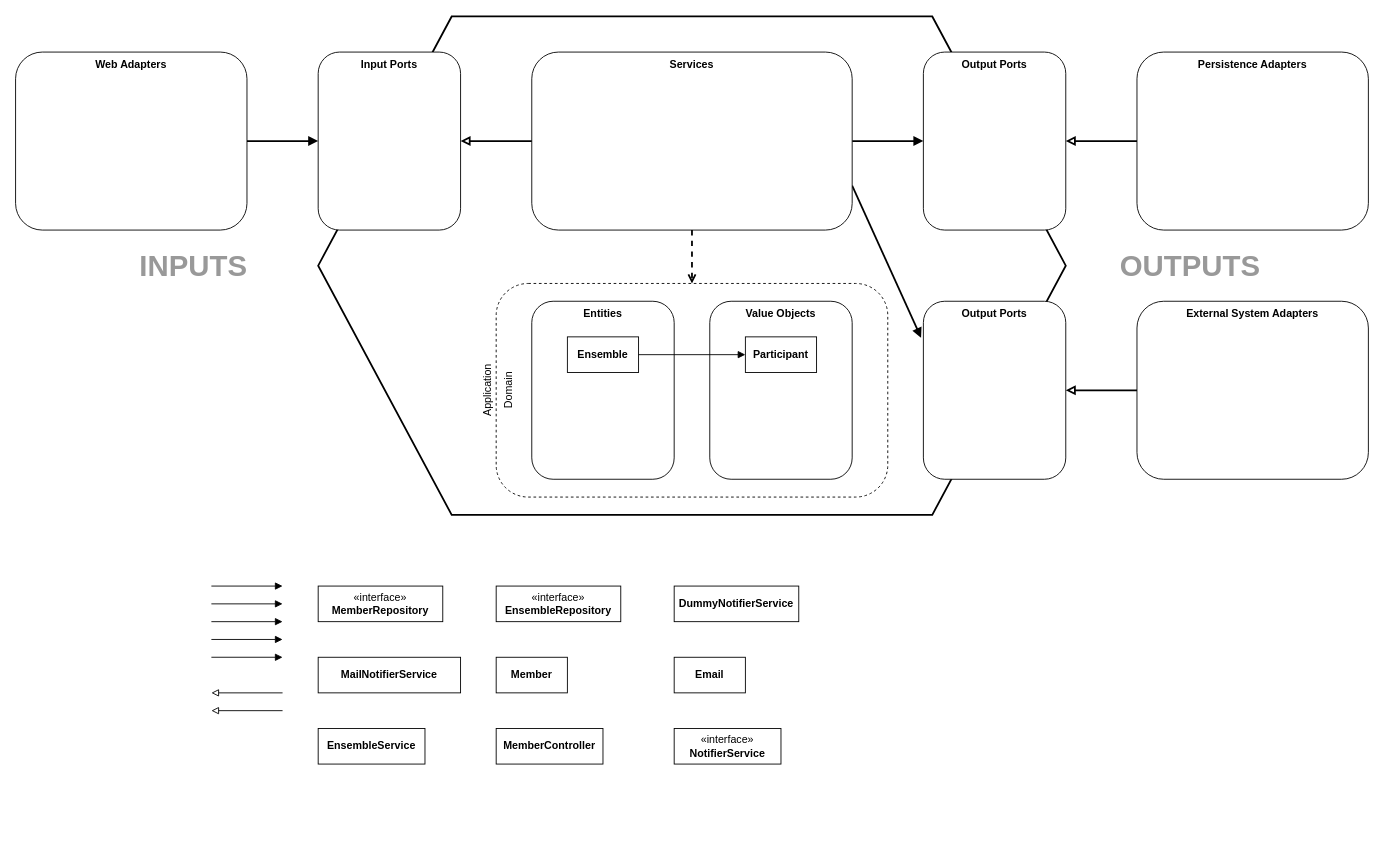
The draw.io diagram oefeningen/les-3/voorbereiding/onderdeel-3/jouw_uitwerking.drawio in AIM-ENE/doex-opdracht-4, before the edit. Source tidied: cells renumbered, new cells numbered last; positions are measured from the earlier drawing's top-left corner, leaving out a move shared by most shapes. Both pictures are drawn from the tidied source at 89%, with x=0, y=0 at pixel (15, 16).
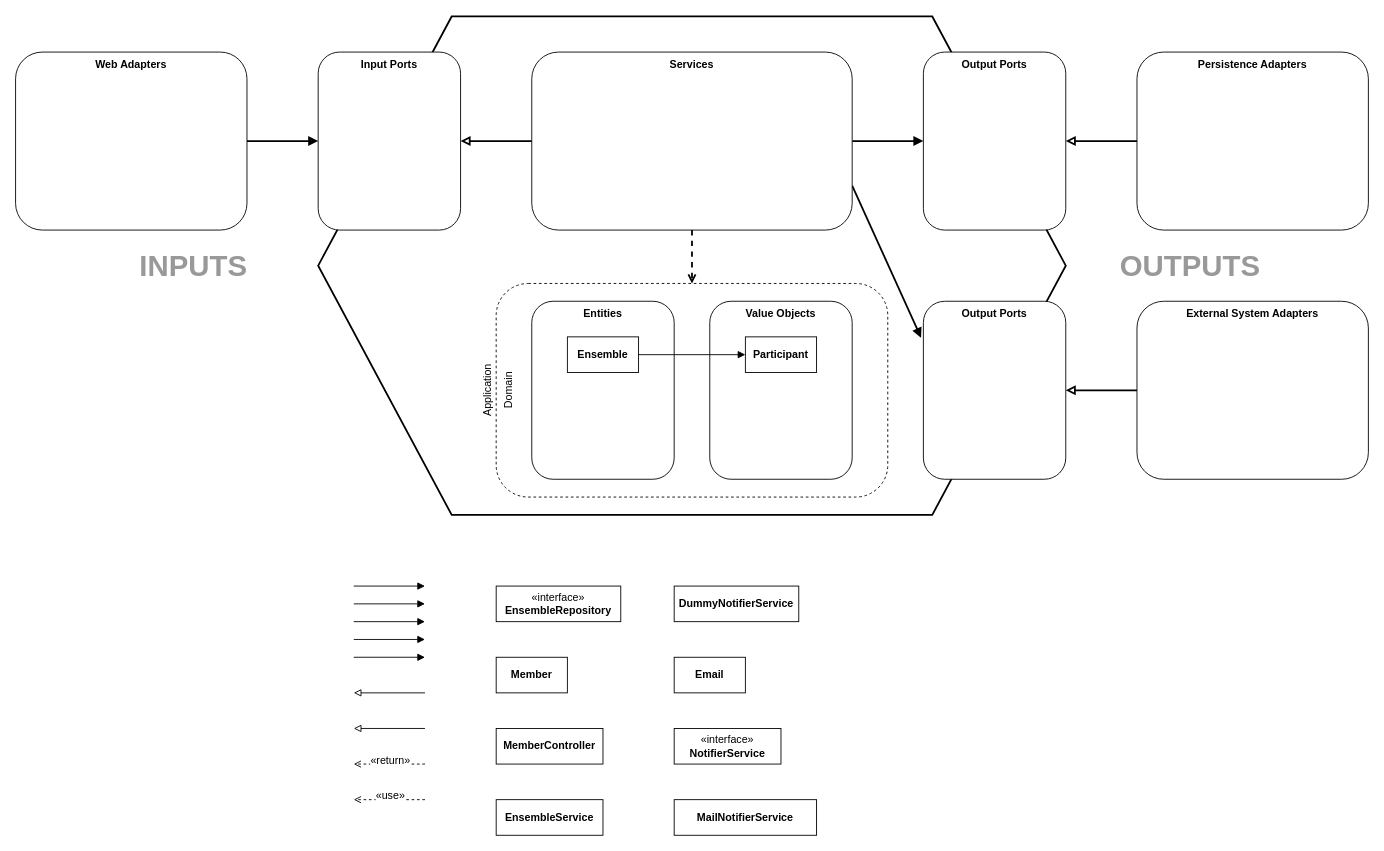
Above is the later version.

Commit message:
Voeg toe dependency pijltjes

The edit, as a diff of the source:
```diff
@@
     <mxCell id="33" value="&lt;div&gt;&lt;b style=&quot;background-color: initial;&quot;&gt;MailNotifierService&lt;/b&gt;&lt;br&gt;&lt;/div&gt;" style="html=1;whiteSpace=wrap;" parent="26" vertex="1">
-      <mxGeometry x="340" y="720" width="160" height="40" as="geometry" />
+      <mxGeometry x="740" y="880" width="160" height="40" as="geometry" />
     </mxCell>
     <mxCell id="34" value="&lt;b&gt;EnsembleService&lt;/b&gt;" style="html=1;whiteSpace=wrap;" parent="26" vertex="1">
-      <mxGeometry x="340" y="800" width="120" height="40" as="geometry" />
+      <mxGeometry x="540" y="880" width="120" height="40" as="geometry" />
     </mxCell>
@@
-    <mxCell id="37" value="«interface»&lt;br&gt;&lt;b&gt;MemberRepository&lt;/b&gt;" style="html=1;whiteSpace=wrap;" parent="26" vertex="1">
-      <mxGeometry x="340" y="640" width="140" height="40" as="geometry" />
-    </mxCell>
     <mxCell id="38" style="endArrow=block;html=1;rounded=0;strokeWidth=1;endFill=1;entryX=0;entryY=0.5;entryDx=0;entryDy=0;exitX=1;exitY=0.5;exitDx=0;exitDy=0;" parent="26" edge="1">
       <mxGeometry relative="1" as="geometry">
-        <mxPoint x="220" y="640" as="sourcePoint" />
-        <mxPoint x="300" y="640" as="targetPoint" />
+        <mxPoint x="380" y="640" as="sourcePoint" />
+        <mxPoint x="460" y="640" as="targetPoint" />
       </mxGeometry>
     </mxCell>
     <mxCell id="39" style="endArrow=block;html=1;rounded=0;strokeWidth=1;endFill=0;exitX=0;exitY=0.5;exitDx=0;exitDy=0;entryX=1;entryY=0.5;entryDx=0;entryDy=0;" parent="26" edge="1">
       <mxGeometry relative="1" as="geometry">
-        <mxPoint x="300" y="760" as="sourcePoint" />
-        <mxPoint x="220" y="760" as="targetPoint" />
+        <mxPoint x="460" y="760" as="sourcePoint" />
+        <mxPoint x="380" y="760" as="targetPoint" />
       </mxGeometry>
     </mxCell>
@@
     <mxCell id="41" style="endArrow=block;html=1;rounded=0;strokeWidth=1;endFill=1;entryX=0;entryY=0.5;entryDx=0;entryDy=0;exitX=1;exitY=0.5;exitDx=0;exitDy=0;" parent="26" edge="1">
       <mxGeometry relative="1" as="geometry">
-        <mxPoint x="220" y="660" as="sourcePoint" />
-        <mxPoint x="300" y="660" as="targetPoint" />
+        <mxPoint x="380" y="660" as="sourcePoint" />
+        <mxPoint x="460" y="660" as="targetPoint" />
       </mxGeometry>
     </mxCell>
     <mxCell id="42" style="endArrow=block;html=1;rounded=0;strokeWidth=1;endFill=1;entryX=0;entryY=0.5;entryDx=0;entryDy=0;exitX=1;exitY=0.5;exitDx=0;exitDy=0;" parent="26" edge="1">
       <mxGeometry relative="1" as="geometry">
-        <mxPoint x="220" y="680" as="sourcePoint" />
-        <mxPoint x="300" y="680" as="targetPoint" />
+        <mxPoint x="380" y="680" as="sourcePoint" />
+        <mxPoint x="460" y="680" as="targetPoint" />
       </mxGeometry>
     </mxCell>
     <mxCell id="43" style="endArrow=block;html=1;rounded=0;strokeWidth=1;endFill=1;entryX=0;entryY=0.5;entryDx=0;entryDy=0;exitX=1;exitY=0.5;exitDx=0;exitDy=0;" parent="26" edge="1">
       <mxGeometry relative="1" as="geometry">
-        <mxPoint x="220" y="700" as="sourcePoint" />
-        <mxPoint x="300" y="700" as="targetPoint" />
+        <mxPoint x="380" y="700" as="sourcePoint" />
+        <mxPoint x="460" y="700" as="targetPoint" />
       </mxGeometry>
     </mxCell>
     <mxCell id="44" style="endArrow=block;html=1;rounded=0;strokeWidth=1;endFill=1;entryX=0;entryY=0.5;entryDx=0;entryDy=0;exitX=1;exitY=0.5;exitDx=0;exitDy=0;" parent="26" edge="1">
       <mxGeometry relative="1" as="geometry">
-        <mxPoint x="220" y="720" as="sourcePoint" />
-        <mxPoint x="300" y="720" as="targetPoint" />
+        <mxPoint x="380" y="720" as="sourcePoint" />
+        <mxPoint x="460" y="720" as="targetPoint" />
       </mxGeometry>
     </mxCell>
     <mxCell id="45" style="endArrow=block;html=1;rounded=0;strokeWidth=1;endFill=0;exitX=0;exitY=0.5;exitDx=0;exitDy=0;entryX=1;entryY=0.5;entryDx=0;entryDy=0;" parent="26" edge="1">
       <mxGeometry relative="1" as="geometry">
-        <mxPoint x="300" y="780" as="sourcePoint" />
-        <mxPoint x="220" y="780" as="targetPoint" />
+        <mxPoint x="460" y="800" as="sourcePoint" />
+        <mxPoint x="380" y="800" as="targetPoint" />
       </mxGeometry>
     </mxCell>
+    <mxCell id="46" style="endArrow=open;html=1;rounded=0;strokeWidth=1;endFill=0;dashed=1;entryX=0.75;entryY=0;entryDx=0;entryDy=0;" parent="26" edge="1">
+      <mxGeometry relative="1" as="geometry">
+        <mxPoint x="460" y="840" as="sourcePoint" />
+        <mxPoint x="380" y="840" as="targetPoint" />
+      </mxGeometry>
+    </mxCell>
+    <mxCell id="47" value="&lt;span style=&quot;font-size: 12px; text-wrap: wrap;&quot;&gt;«return»&lt;/span&gt;" style="edgeLabel;html=1;align=center;verticalAlign=middle;" parent="46" vertex="1">
+      <mxGeometry x="-0.01" y="-4" relative="1" as="geometry">
+        <mxPoint y="-1" as="offset" />
+      </mxGeometry>
+    </mxCell>
+    <mxCell id="48" style="endArrow=open;html=1;rounded=0;strokeWidth=1;endFill=0;dashed=1;" parent="26" edge="1">
+      <mxGeometry relative="1" as="geometry">
+        <mxPoint x="460" y="880" as="sourcePoint" />
+        <mxPoint x="380" y="880" as="targetPoint" />
+      </mxGeometry>
+    </mxCell>
+    <mxCell id="49" value="&lt;span style=&quot;font-size: 12px; text-wrap: wrap;&quot;&gt;«use»&lt;/span&gt;" style="edgeLabel;html=1;align=center;verticalAlign=middle;" parent="48" vertex="1">
+      <mxGeometry x="-0.01" y="-4" relative="1" as="geometry">
+        <mxPoint y="-1" as="offset" />
+      </mxGeometry>
+    </mxCell>
```
